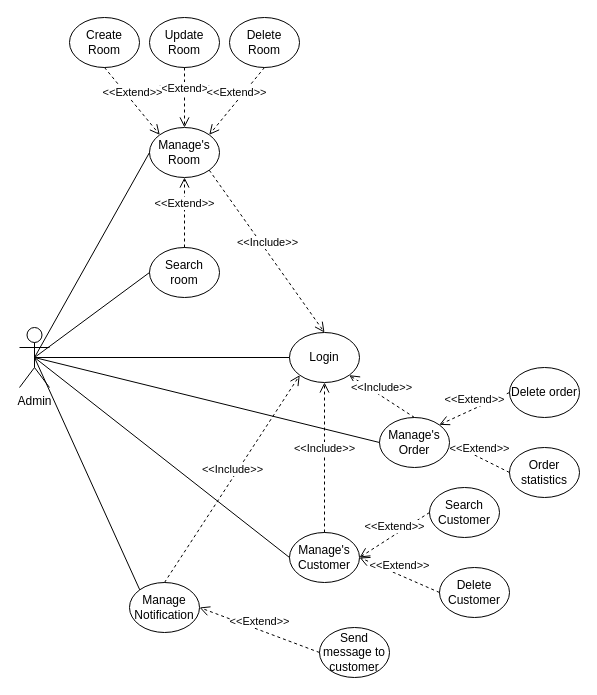
Above: Database/Usecase_Admin.drawio in passion-Infinity/PRN292_Assignment (draw.io), before the change. Source tidied: cells renumbered, new cells numbered last; positions are measured from the earlier drawing's top-left corner, leaving out a move shared by most shapes. Both pictures are drawn from the tidied source at 100%, with x=0, y=0 at pixel (19, 17).
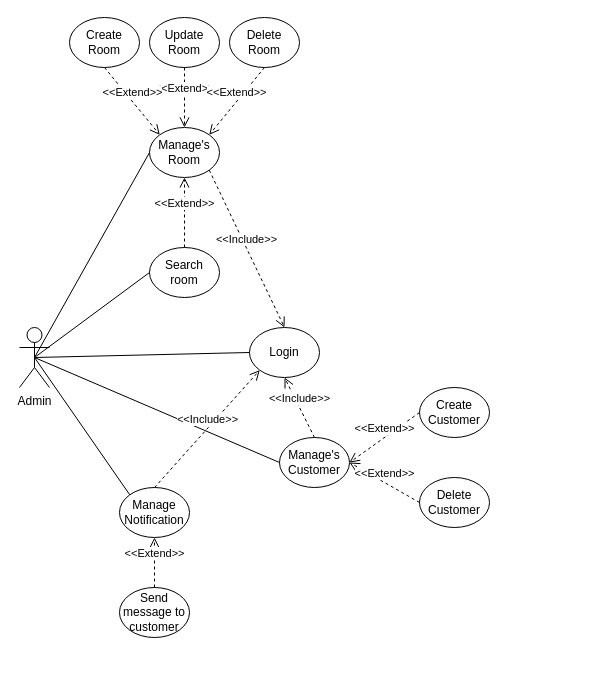
Above is the later version.

The change refers to these unchanged cells:
```xml
<mxCell id="2" value="Admin" style="shape=umlActor;verticalLabelPosition=bottom;verticalAlign=top;html=1;outlineConnect=0;" parent="1" vertex="1">
  <mxGeometry y="310" width="30" height="60" as="geometry" />
</mxCell>
```

Change to the diagram source:
```diff
@@
     <mxCell id="3" value="Login" style="ellipse;whiteSpace=wrap;html=1;" parent="1" vertex="1">
-      <mxGeometry x="270" y="315" width="70" height="50" as="geometry" />
+      <mxGeometry x="230" y="310" width="70" height="50" as="geometry" />
     </mxCell>
     <mxCell id="4" value="Manage's Customer" style="ellipse;whiteSpace=wrap;html=1;" parent="1" vertex="1">
-      <mxGeometry x="270" y="515" width="70" height="50" as="geometry" />
+      <mxGeometry x="260" y="420" width="70" height="50" as="geometry" />
     </mxCell>
     <mxCell id="5" value="Delete Customer" style="ellipse;whiteSpace=wrap;html=1;" parent="1" vertex="1">
-      <mxGeometry x="420" y="550" width="70" height="50" as="geometry" />
+      <mxGeometry x="400" y="460" width="70" height="50" as="geometry" />
     </mxCell>
-    <mxCell id="6" value="Search Customer" style="ellipse;whiteSpace=wrap;html=1;" parent="1" vertex="1">
-      <mxGeometry x="410" y="470" width="70" height="50" as="geometry" />
+    <mxCell id="6" value="Create Customer" style="ellipse;whiteSpace=wrap;html=1;" parent="1" vertex="1">
+      <mxGeometry x="400" y="370" width="70" height="50" as="geometry" />
     </mxCell>
-    <mxCell id="7" value="Manage's Order" style="ellipse;whiteSpace=wrap;html=1;" parent="1" vertex="1">
-      <mxGeometry x="360" y="400" width="70" height="50" as="geometry" />
-    </mxCell>
-    <mxCell id="8" value="Delete order" style="ellipse;whiteSpace=wrap;html=1;" parent="1" vertex="1">
-      <mxGeometry x="490" y="350" width="70" height="50" as="geometry" />
-    </mxCell>
@@
-    <mxCell id="14" value="Order statistics" style="ellipse;whiteSpace=wrap;html=1;" parent="1" vertex="1">
-      <mxGeometry x="490" y="430" width="70" height="50" as="geometry" />
-    </mxCell>
@@
-    <mxCell id="21" value="&amp;lt;&amp;lt;Extend&amp;gt;&amp;gt;" style="html=1;verticalAlign=bottom;endArrow=open;dashed=1;endSize=8;exitX=0;exitY=0.5;exitDx=0;exitDy=0;entryX=1;entryY=0.5;entryDx=0;entryDy=0;" parent="1" edge="1" source="14" target="7">
-      <mxGeometry relative="1" as="geometry" />
-    </mxCell>
-    <mxCell id="22" value="&amp;lt;&amp;lt;Extend&amp;gt;&amp;gt;" style="html=1;verticalAlign=bottom;endArrow=open;dashed=1;endSize=8;exitX=0;exitY=0.5;exitDx=0;exitDy=0;entryX=1;entryY=0;entryDx=0;entryDy=0;" parent="1" edge="1" source="8" target="7">
-      <mxGeometry relative="1" as="geometry" />
-    </mxCell>
-    <mxCell id="23" style="endArrow=none;html=1;exitX=0.5;exitY=0.5;exitDx=0;exitDy=0;exitPerimeter=0;entryX=0;entryY=0.5;entryDx=0;entryDy=0;" parent="1" edge="1" source="2" target="7">
-      <mxGeometry relative="1" as="geometry" />
-    </mxCell>
@@
-    <mxCell id="26" value="&amp;lt;&amp;lt;Include&amp;gt;&amp;gt;" style="html=1;verticalAlign=bottom;endArrow=open;dashed=1;endSize=8;exitX=0.5;exitY=0;exitDx=0;exitDy=0;entryX=1;entryY=1;entryDx=0;entryDy=0;" parent="1" edge="1" source="7" target="3">
-      <mxGeometry relative="1" as="geometry" />
-    </mxCell>
@@
     <mxCell id="31" value="Manage Notification" style="ellipse;whiteSpace=wrap;html=1;" parent="1" vertex="1">
-      <mxGeometry x="110" y="565" width="70" height="50" as="geometry" />
+      <mxGeometry x="100" y="470" width="70" height="50" as="geometry" />
     </mxCell>
     <mxCell id="32" value="Send message to customer" style="ellipse;whiteSpace=wrap;html=1;" parent="1" vertex="1">
-      <mxGeometry x="300" y="610" width="70" height="50" as="geometry" />
+      <mxGeometry x="100" y="570" width="70" height="50" as="geometry" />
     </mxCell>
-    <mxCell id="33" value="&amp;lt;&amp;lt;Extend&amp;gt;&amp;gt;" style="html=1;verticalAlign=bottom;endArrow=open;dashed=1;endSize=8;exitX=0;exitY=0.5;exitDx=0;exitDy=0;entryX=1;entryY=0.5;entryDx=0;entryDy=0;" parent="1" edge="1" source="32" target="31">
+    <mxCell id="33" value="&amp;lt;&amp;lt;Extend&amp;gt;&amp;gt;" style="html=1;verticalAlign=bottom;endArrow=open;dashed=1;endSize=8;entryX=0.5;entryY=1;entryDx=0;entryDy=0;" parent="1" edge="1" source="32" target="31">
       <mxGeometry relative="1" as="geometry" />
     </mxCell>
```
